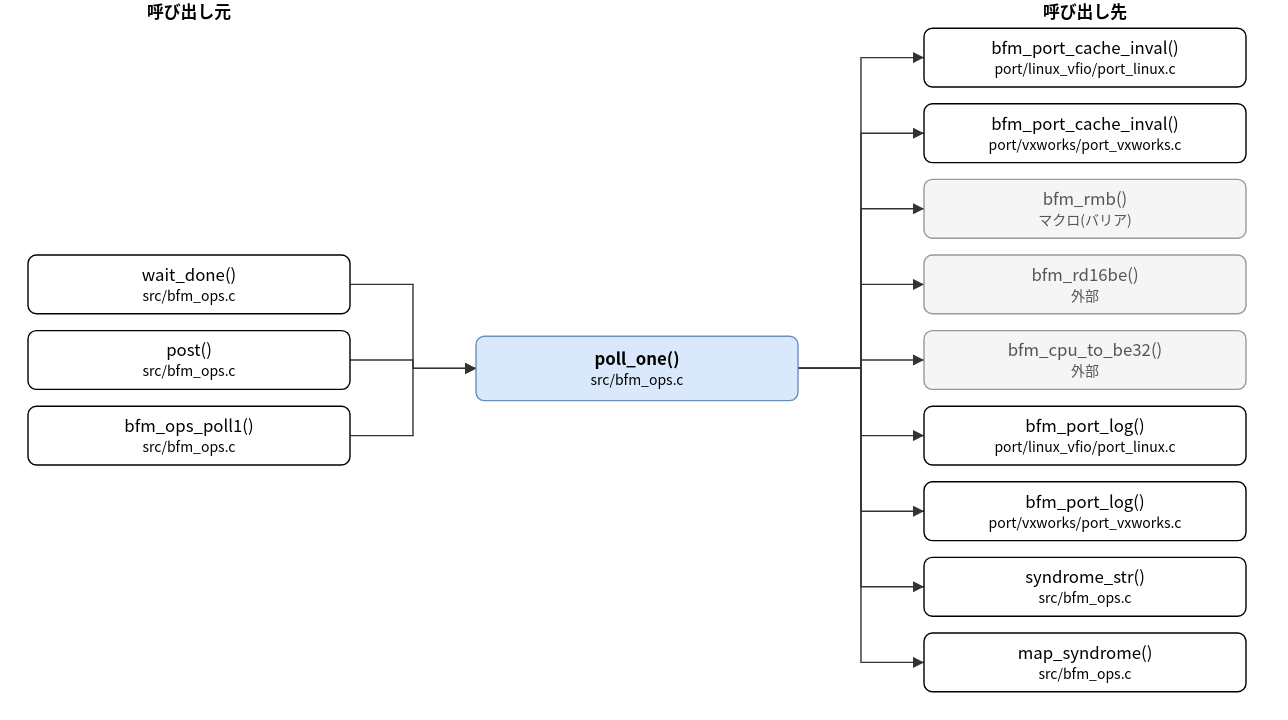
The draw.io diagram doc/spec/images/call_src_bfm_ops__poll_one.drawio.svg in hf355051012-ai/bfmem, before a commit. Source tidied: cells renumbered, new cells last; positions are measured from the earlier drawing's top-left corner, leaving out a move shared by most shapes. Its diagram source:
```xml
<mxGraphModel>
  <root>
    <mxCell id="0" />
    <mxCell id="1" parent="0" />
    <mxCell id="2" value="poll_one()&lt;br&gt;&lt;font style=&quot;font-size:10px&quot;&gt;src/bfm_ops.c&lt;/font&gt;" style="rounded=1;whiteSpace=wrap;html=1;fillColor=#dae8fc;strokeColor=#6c8ebf;fontStyle=1;" parent="1" vertex="1">
      <mxGeometry x="320" y="240" width="230" height="46" as="geometry" />
    </mxCell>
    <mxCell id="3" value="wait_done()&lt;br&gt;&lt;font style=&quot;font-size:10px&quot;&gt;src/bfm_ops.c&lt;/font&gt;" style="rounded=1;whiteSpace=wrap;html=1;" parent="1" vertex="1">
      <mxGeometry y="182" width="230" height="42" as="geometry" />
    </mxCell>
    <mxCell id="4" value="post()&lt;br&gt;&lt;font style=&quot;font-size:10px&quot;&gt;src/bfm_ops.c&lt;/font&gt;" style="rounded=1;whiteSpace=wrap;html=1;" parent="1" vertex="1">
      <mxGeometry y="236" width="230" height="42" as="geometry" />
    </mxCell>
    <mxCell id="5" value="bfm_ops_poll1()&lt;br&gt;&lt;font style=&quot;font-size:10px&quot;&gt;src/bfm_ops.c&lt;/font&gt;" style="rounded=1;whiteSpace=wrap;html=1;" parent="1" vertex="1">
      <mxGeometry y="290" width="230" height="42" as="geometry" />
    </mxCell>
    <mxCell id="6" value="bfm_port_cache_inval()&lt;br&gt;&lt;font style=&quot;font-size:10px&quot;&gt;port/linux_vfio/port_linux.c&lt;/font&gt;" style="rounded=1;whiteSpace=wrap;html=1;" parent="1" vertex="1">
      <mxGeometry x="640" y="20" width="230" height="42" as="geometry" />
    </mxCell>
    <mxCell id="7" value="bfm_port_cache_inval()&lt;br&gt;&lt;font style=&quot;font-size:10px&quot;&gt;port/vxworks/port_vxworks.c&lt;/font&gt;" style="rounded=1;whiteSpace=wrap;html=1;" parent="1" vertex="1">
      <mxGeometry x="640" y="74" width="230" height="42" as="geometry" />
    </mxCell>
    <mxCell id="8" value="bfm_rmb()&lt;br&gt;&lt;font style=&quot;font-size:10px&quot;&gt;マクロ(バリア)&lt;/font&gt;" style="rounded=1;whiteSpace=wrap;html=1;fillColor=#f5f5f5;strokeColor=#999999;fontColor=#555555;" parent="1" vertex="1">
      <mxGeometry x="640" y="128" width="230" height="42" as="geometry" />
    </mxCell>
    <mxCell id="9" value="bfm_rd16be()&lt;br&gt;&lt;font style=&quot;font-size:10px&quot;&gt;外部&lt;/font&gt;" style="rounded=1;whiteSpace=wrap;html=1;fillColor=#f5f5f5;strokeColor=#999999;fontColor=#555555;" parent="1" vertex="1">
      <mxGeometry x="640" y="182" width="230" height="42" as="geometry" />
    </mxCell>
    <mxCell id="10" value="bfm_cpu_to_be32()&lt;br&gt;&lt;font style=&quot;font-size:10px&quot;&gt;外部&lt;/font&gt;" style="rounded=1;whiteSpace=wrap;html=1;fillColor=#f5f5f5;strokeColor=#999999;fontColor=#555555;" parent="1" vertex="1">
      <mxGeometry x="640" y="236" width="230" height="42" as="geometry" />
    </mxCell>
    <mxCell id="11" value="bfm_port_log()&lt;br&gt;&lt;font style=&quot;font-size:10px&quot;&gt;port/linux_vfio/port_linux.c&lt;/font&gt;" style="rounded=1;whiteSpace=wrap;html=1;" parent="1" vertex="1">
      <mxGeometry x="640" y="290" width="230" height="42" as="geometry" />
    </mxCell>
    <mxCell id="12" value="bfm_port_log()&lt;br&gt;&lt;font style=&quot;font-size:10px&quot;&gt;port/vxworks/port_vxworks.c&lt;/font&gt;" style="rounded=1;whiteSpace=wrap;html=1;" parent="1" vertex="1">
      <mxGeometry x="640" y="344" width="230" height="42" as="geometry" />
    </mxCell>
    <mxCell id="13" value="syndrome_str()&lt;br&gt;&lt;font style=&quot;font-size:10px&quot;&gt;src/bfm_ops.c&lt;/font&gt;" style="rounded=1;whiteSpace=wrap;html=1;" parent="1" vertex="1">
      <mxGeometry x="640" y="398" width="230" height="42" as="geometry" />
    </mxCell>
    <mxCell id="14" value="map_syndrome()&lt;br&gt;&lt;font style=&quot;font-size:10px&quot;&gt;src/bfm_ops.c&lt;/font&gt;" style="rounded=1;whiteSpace=wrap;html=1;" parent="1" vertex="1">
      <mxGeometry x="640" y="452" width="230" height="42" as="geometry" />
    </mxCell>
    <mxCell id="15" style="edgeStyle=none;html=1;rounded=0;endArrow=block;endFill=1;exitX=1.0000;exitY=0.5000;exitDx=0;exitDy=0;exitPerimeter=0;entryX=0.0000;entryY=0.5000;entryDx=0;entryDy=0;entryPerimeter=0;" parent="1" edge="1" source="3" target="2">
      <mxGeometry relative="1" as="geometry">
        <Array as="points">
          <mxPoint x="275" y="203" />
          <mxPoint x="275" y="263" />
        </Array>
      </mxGeometry>
    </mxCell>
    <mxCell id="16" style="edgeStyle=none;html=1;rounded=0;endArrow=block;endFill=1;exitX=1.0000;exitY=0.5000;exitDx=0;exitDy=0;exitPerimeter=0;entryX=0.0000;entryY=0.5000;entryDx=0;entryDy=0;entryPerimeter=0;" parent="1" edge="1" source="4" target="2">
      <mxGeometry relative="1" as="geometry">
        <Array as="points">
          <mxPoint x="275" y="257" />
          <mxPoint x="275" y="263" />
        </Array>
      </mxGeometry>
    </mxCell>
    <mxCell id="17" style="edgeStyle=none;html=1;rounded=0;endArrow=block;endFill=1;exitX=1.0000;exitY=0.5000;exitDx=0;exitDy=0;exitPerimeter=0;entryX=0.0000;entryY=0.5000;entryDx=0;entryDy=0;entryPerimeter=0;" parent="1" edge="1" source="5" target="2">
      <mxGeometry relative="1" as="geometry">
        <Array as="points">
          <mxPoint x="275" y="311" />
          <mxPoint x="275" y="263" />
        </Array>
      </mxGeometry>
    </mxCell>
    <mxCell id="18" style="edgeStyle=none;html=1;rounded=0;endArrow=block;endFill=1;exitX=1.0000;exitY=0.5000;exitDx=0;exitDy=0;exitPerimeter=0;entryX=0.0000;entryY=0.5000;entryDx=0;entryDy=0;entryPerimeter=0;" parent="1" edge="1" source="2" target="6">
      <mxGeometry relative="1" as="geometry">
        <Array as="points">
          <mxPoint x="595" y="263" />
          <mxPoint x="595" y="41" />
        </Array>
      </mxGeometry>
    </mxCell>
    <mxCell id="19" style="edgeStyle=none;html=1;rounded=0;endArrow=block;endFill=1;exitX=1.0000;exitY=0.5000;exitDx=0;exitDy=0;exitPerimeter=0;entryX=0.0000;entryY=0.5000;entryDx=0;entryDy=0;entryPerimeter=0;" parent="1" edge="1" source="2" target="7">
      <mxGeometry relative="1" as="geometry">
        <Array as="points">
          <mxPoint x="595" y="263" />
          <mxPoint x="595" y="95" />
        </Array>
      </mxGeometry>
    </mxCell>
    <mxCell id="20" style="edgeStyle=none;html=1;rounded=0;endArrow=block;endFill=1;exitX=1.0000;exitY=0.5000;exitDx=0;exitDy=0;exitPerimeter=0;entryX=0.0000;entryY=0.5000;entryDx=0;entryDy=0;entryPerimeter=0;" parent="1" edge="1" source="2" target="8">
      <mxGeometry relative="1" as="geometry">
        <Array as="points">
          <mxPoint x="595" y="263" />
          <mxPoint x="595" y="149" />
        </Array>
      </mxGeometry>
    </mxCell>
    <mxCell id="21" style="edgeStyle=none;html=1;rounded=0;endArrow=block;endFill=1;exitX=1.0000;exitY=0.5000;exitDx=0;exitDy=0;exitPerimeter=0;entryX=0.0000;entryY=0.5000;entryDx=0;entryDy=0;entryPerimeter=0;" parent="1" edge="1" source="2" target="9">
      <mxGeometry relative="1" as="geometry">
        <Array as="points">
          <mxPoint x="595" y="263" />
          <mxPoint x="595" y="203" />
        </Array>
      </mxGeometry>
    </mxCell>
    <mxCell id="22" style="edgeStyle=none;html=1;rounded=0;endArrow=block;endFill=1;exitX=1.0000;exitY=0.5000;exitDx=0;exitDy=0;exitPerimeter=0;entryX=0.0000;entryY=0.5000;entryDx=0;entryDy=0;entryPerimeter=0;" parent="1" edge="1" source="2" target="10">
      <mxGeometry relative="1" as="geometry">
        <Array as="points">
          <mxPoint x="595" y="263" />
          <mxPoint x="595" y="257" />
        </Array>
      </mxGeometry>
    </mxCell>
    <mxCell id="23" style="edgeStyle=none;html=1;rounded=0;endArrow=block;endFill=1;exitX=1.0000;exitY=0.5000;exitDx=0;exitDy=0;exitPerimeter=0;entryX=0.0000;entryY=0.5000;entryDx=0;entryDy=0;entryPerimeter=0;" parent="1" edge="1" source="2" target="11">
      <mxGeometry relative="1" as="geometry">
        <Array as="points">
          <mxPoint x="595" y="263" />
          <mxPoint x="595" y="311" />
        </Array>
      </mxGeometry>
    </mxCell>
    <mxCell id="24" style="edgeStyle=none;html=1;rounded=0;endArrow=block;endFill=1;exitX=1.0000;exitY=0.5000;exitDx=0;exitDy=0;exitPerimeter=0;entryX=0.0000;entryY=0.5000;entryDx=0;entryDy=0;entryPerimeter=0;" parent="1" edge="1" source="2" target="12">
      <mxGeometry relative="1" as="geometry">
        <Array as="points">
          <mxPoint x="595" y="263" />
          <mxPoint x="595" y="365" />
        </Array>
      </mxGeometry>
    </mxCell>
    <mxCell id="25" style="edgeStyle=none;html=1;rounded=0;endArrow=block;endFill=1;exitX=1.0000;exitY=0.5000;exitDx=0;exitDy=0;exitPerimeter=0;entryX=0.0000;entryY=0.5000;entryDx=0;entryDy=0;entryPerimeter=0;" parent="1" edge="1" source="2" target="13">
      <mxGeometry relative="1" as="geometry">
        <Array as="points">
          <mxPoint x="595" y="263" />
          <mxPoint x="595" y="419" />
        </Array>
      </mxGeometry>
    </mxCell>
    <mxCell id="26" style="edgeStyle=none;html=1;rounded=0;endArrow=block;endFill=1;exitX=1.0000;exitY=0.5000;exitDx=0;exitDy=0;exitPerimeter=0;entryX=0.0000;entryY=0.5000;entryDx=0;entryDy=0;entryPerimeter=0;" parent="1" edge="1" source="2" target="14">
      <mxGeometry relative="1" as="geometry">
        <Array as="points">
          <mxPoint x="595" y="263" />
          <mxPoint x="595" y="473" />
        </Array>
      </mxGeometry>
    </mxCell>
    <mxCell id="27" value="呼び出し元" style="text;html=1;align=center;fontStyle=1;" parent="1" vertex="1">
      <mxGeometry x="35" width="160" height="18" as="geometry" />
    </mxCell>
    <mxCell id="28" value="呼び出し先" style="text;html=1;align=center;fontStyle=1;" parent="1" vertex="1">
      <mxGeometry x="675" width="160" height="18" as="geometry" />
    </mxCell>
  </root>
</mxGraphModel>
```
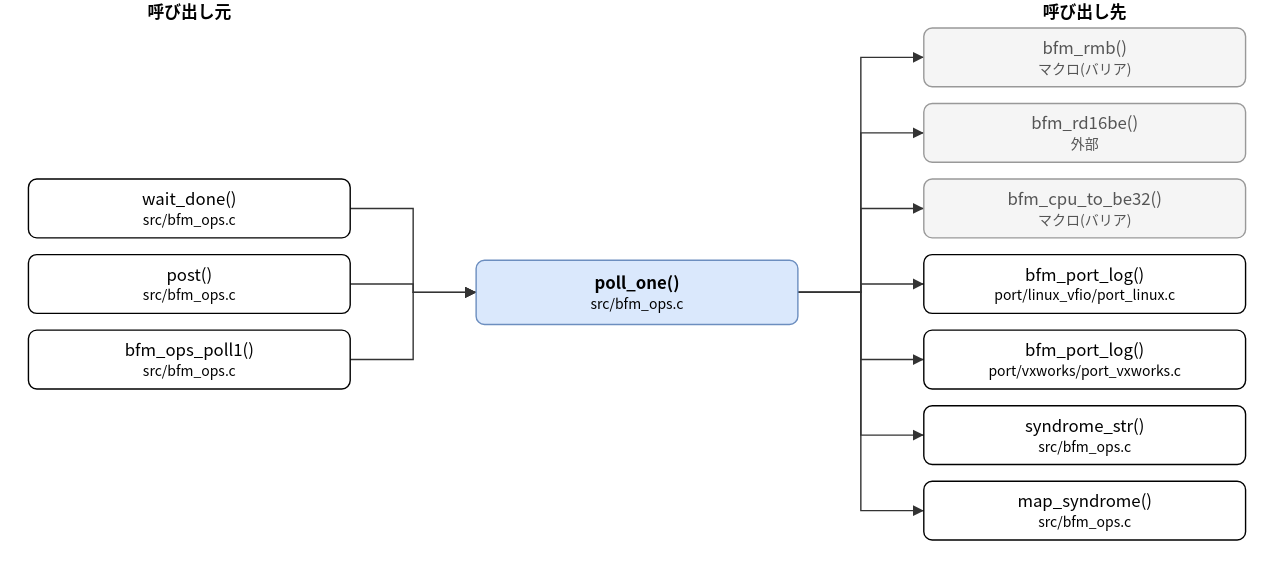
After the change.

Diff of the diagram source:
```diff
@@ -3,72 +3,66 @@
     <mxCell id="0" />
     <mxCell id="1" parent="0" />
     <mxCell id="2" value="poll_one()&lt;br&gt;&lt;font style=&quot;font-size:10px&quot;&gt;src/bfm_ops.c&lt;/font&gt;" style="rounded=1;whiteSpace=wrap;html=1;fillColor=#dae8fc;strokeColor=#6c8ebf;fontStyle=1;" parent="1" vertex="1">
-      <mxGeometry x="320" y="240" width="230" height="46" as="geometry" />
+      <mxGeometry x="320" y="186" width="230" height="46" as="geometry" />
     </mxCell>
     <mxCell id="3" value="wait_done()&lt;br&gt;&lt;font style=&quot;font-size:10px&quot;&gt;src/bfm_ops.c&lt;/font&gt;" style="rounded=1;whiteSpace=wrap;html=1;" parent="1" vertex="1">
-      <mxGeometry y="182" width="230" height="42" as="geometry" />
+      <mxGeometry y="128" width="230" height="42" as="geometry" />
     </mxCell>
     <mxCell id="4" value="post()&lt;br&gt;&lt;font style=&quot;font-size:10px&quot;&gt;src/bfm_ops.c&lt;/font&gt;" style="rounded=1;whiteSpace=wrap;html=1;" parent="1" vertex="1">
-      <mxGeometry y="236" width="230" height="42" as="geometry" />
+      <mxGeometry y="182" width="230" height="42" as="geometry" />
     </mxCell>
     <mxCell id="5" value="bfm_ops_poll1()&lt;br&gt;&lt;font style=&quot;font-size:10px&quot;&gt;src/bfm_ops.c&lt;/font&gt;" style="rounded=1;whiteSpace=wrap;html=1;" parent="1" vertex="1">
-      <mxGeometry y="290" width="230" height="42" as="geometry" />
+      <mxGeometry y="236" width="230" height="42" as="geometry" />
     </mxCell>
-    <mxCell id="6" value="bfm_port_cache_inval()&lt;br&gt;&lt;font style=&quot;font-size:10px&quot;&gt;port/linux_vfio/port_linux.c&lt;/font&gt;" style="rounded=1;whiteSpace=wrap;html=1;" parent="1" vertex="1">
+    <mxCell id="6" value="bfm_rmb()&lt;br&gt;&lt;font style=&quot;font-size:10px&quot;&gt;マクロ(バリア)&lt;/font&gt;" style="rounded=1;whiteSpace=wrap;html=1;fillColor=#f5f5f5;strokeColor=#999999;fontColor=#555555;" parent="1" vertex="1">
       <mxGeometry x="640" y="20" width="230" height="42" as="geometry" />
     </mxCell>
-    <mxCell id="7" value="bfm_port_cache_inval()&lt;br&gt;&lt;font style=&quot;font-size:10px&quot;&gt;port/vxworks/port_vxworks.c&lt;/font&gt;" style="rounded=1;whiteSpace=wrap;html=1;" parent="1" vertex="1">
+    <mxCell id="7" value="bfm_rd16be()&lt;br&gt;&lt;font style=&quot;font-size:10px&quot;&gt;外部&lt;/font&gt;" style="rounded=1;whiteSpace=wrap;html=1;fillColor=#f5f5f5;strokeColor=#999999;fontColor=#555555;" parent="1" vertex="1">
       <mxGeometry x="640" y="74" width="230" height="42" as="geometry" />
     </mxCell>
-    <mxCell id="8" value="bfm_rmb()&lt;br&gt;&lt;font style=&quot;font-size:10px&quot;&gt;マクロ(バリア)&lt;/font&gt;" style="rounded=1;whiteSpace=wrap;html=1;fillColor=#f5f5f5;strokeColor=#999999;fontColor=#555555;" parent="1" vertex="1">
+    <mxCell id="8" value="bfm_cpu_to_be32()&lt;br&gt;&lt;font style=&quot;font-size:10px&quot;&gt;マクロ(バリア)&lt;/font&gt;" style="rounded=1;whiteSpace=wrap;html=1;fillColor=#f5f5f5;strokeColor=#999999;fontColor=#555555;" parent="1" vertex="1">
       <mxGeometry x="640" y="128" width="230" height="42" as="geometry" />
     </mxCell>
-    <mxCell id="9" value="bfm_rd16be()&lt;br&gt;&lt;font style=&quot;font-size:10px&quot;&gt;外部&lt;/font&gt;" style="rounded=1;whiteSpace=wrap;html=1;fillColor=#f5f5f5;strokeColor=#999999;fontColor=#555555;" parent="1" vertex="1">
+    <mxCell id="9" value="bfm_port_log()&lt;br&gt;&lt;font style=&quot;font-size:10px&quot;&gt;port/linux_vfio/port_linux.c&lt;/font&gt;" style="rounded=1;whiteSpace=wrap;html=1;" parent="1" vertex="1">
       <mxGeometry x="640" y="182" width="230" height="42" as="geometry" />
     </mxCell>
-    <mxCell id="10" value="bfm_cpu_to_be32()&lt;br&gt;&lt;font style=&quot;font-size:10px&quot;&gt;外部&lt;/font&gt;" style="rounded=1;whiteSpace=wrap;html=1;fillColor=#f5f5f5;strokeColor=#999999;fontColor=#555555;" parent="1" vertex="1">
+    <mxCell id="10" value="bfm_port_log()&lt;br&gt;&lt;font style=&quot;font-size:10px&quot;&gt;port/vxworks/port_vxworks.c&lt;/font&gt;" style="rounded=1;whiteSpace=wrap;html=1;" parent="1" vertex="1">
       <mxGeometry x="640" y="236" width="230" height="42" as="geometry" />
     </mxCell>
-    <mxCell id="11" value="bfm_port_log()&lt;br&gt;&lt;font style=&quot;font-size:10px&quot;&gt;port/linux_vfio/port_linux.c&lt;/font&gt;" style="rounded=1;whiteSpace=wrap;html=1;" parent="1" vertex="1">
+    <mxCell id="11" value="syndrome_str()&lt;br&gt;&lt;font style=&quot;font-size:10px&quot;&gt;src/bfm_ops.c&lt;/font&gt;" style="rounded=1;whiteSpace=wrap;html=1;" parent="1" vertex="1">
       <mxGeometry x="640" y="290" width="230" height="42" as="geometry" />
     </mxCell>
-    <mxCell id="12" value="bfm_port_log()&lt;br&gt;&lt;font style=&quot;font-size:10px&quot;&gt;port/vxworks/port_vxworks.c&lt;/font&gt;" style="rounded=1;whiteSpace=wrap;html=1;" parent="1" vertex="1">
+    <mxCell id="12" value="map_syndrome()&lt;br&gt;&lt;font style=&quot;font-size:10px&quot;&gt;src/bfm_ops.c&lt;/font&gt;" style="rounded=1;whiteSpace=wrap;html=1;" parent="1" vertex="1">
       <mxGeometry x="640" y="344" width="230" height="42" as="geometry" />
     </mxCell>
-    <mxCell id="13" value="syndrome_str()&lt;br&gt;&lt;font style=&quot;font-size:10px&quot;&gt;src/bfm_ops.c&lt;/font&gt;" style="rounded=1;whiteSpace=wrap;html=1;" parent="1" vertex="1">
-      <mxGeometry x="640" y="398" width="230" height="42" as="geometry" />
-    </mxCell>
-    <mxCell id="14" value="map_syndrome()&lt;br&gt;&lt;font style=&quot;font-size:10px&quot;&gt;src/bfm_ops.c&lt;/font&gt;" style="rounded=1;whiteSpace=wrap;html=1;" parent="1" vertex="1">
-      <mxGeometry x="640" y="452" width="230" height="42" as="geometry" />
-    </mxCell>
     <mxCell id="15" style="edgeStyle=none;html=1;rounded=0;endArrow=block;endFill=1;exitX=1.0000;exitY=0.5000;exitDx=0;exitDy=0;exitPerimeter=0;entryX=0.0000;entryY=0.5000;entryDx=0;entryDy=0;entryPerimeter=0;" parent="1" edge="1" source="3" target="2">
       <mxGeometry relative="1" as="geometry">
         <Array as="points">
-          <mxPoint x="275" y="203" />
-          <mxPoint x="275" y="263" />
+          <mxPoint x="275" y="149" />
+          <mxPoint x="275" y="209" />
         </Array>
       </mxGeometry>
     </mxCell>
     <mxCell id="16" style="edgeStyle=none;html=1;rounded=0;endArrow=block;endFill=1;exitX=1.0000;exitY=0.5000;exitDx=0;exitDy=0;exitPerimeter=0;entryX=0.0000;entryY=0.5000;entryDx=0;entryDy=0;entryPerimeter=0;" parent="1" edge="1" source="4" target="2">
       <mxGeometry relative="1" as="geometry">
         <Array as="points">
-          <mxPoint x="275" y="257" />
-          <mxPoint x="275" y="263" />
+          <mxPoint x="275" y="203" />
+          <mxPoint x="275" y="209" />
         </Array>
       </mxGeometry>
     </mxCell>
     <mxCell id="17" style="edgeStyle=none;html=1;rounded=0;endArrow=block;endFill=1;exitX=1.0000;exitY=0.5000;exitDx=0;exitDy=0;exitPerimeter=0;entryX=0.0000;entryY=0.5000;entryDx=0;entryDy=0;entryPerimeter=0;" parent="1" edge="1" source="5" target="2">
       <mxGeometry relative="1" as="geometry">
         <Array as="points">
-          <mxPoint x="275" y="311" />
-          <mxPoint x="275" y="263" />
+          <mxPoint x="275" y="257" />
+          <mxPoint x="275" y="209" />
         </Array>
       </mxGeometry>
     </mxCell>
     <mxCell id="18" style="edgeStyle=none;html=1;rounded=0;endArrow=block;endFill=1;exitX=1.0000;exitY=0.5000;exitDx=0;exitDy=0;exitPerimeter=0;entryX=0.0000;entryY=0.5000;entryDx=0;entryDy=0;entryPerimeter=0;" parent="1" edge="1" source="2" target="6">
       <mxGeometry relative="1" as="geometry">
         <Array as="points">
-          <mxPoint x="595" y="263" />
+          <mxPoint x="595" y="209" />
           <mxPoint x="595" y="41" />
         </Array>
       </mxGeometry>
@@ -76,7 +70,7 @@
     <mxCell id="19" style="edgeStyle=none;html=1;rounded=0;endArrow=block;endFill=1;exitX=1.0000;exitY=0.5000;exitDx=0;exitDy=0;exitPerimeter=0;entryX=0.0000;entryY=0.5000;entryDx=0;entryDy=0;entryPerimeter=0;" parent="1" edge="1" source="2" target="7">
       <mxGeometry relative="1" as="geometry">
         <Array as="points">
-          <mxPoint x="595" y="263" />
+          <mxPoint x="595" y="209" />
           <mxPoint x="595" y="95" />
         </Array>
       </mxGeometry>
@@ -84,7 +78,7 @@
     <mxCell id="20" style="edgeStyle=none;html=1;rounded=0;endArrow=block;endFill=1;exitX=1.0000;exitY=0.5000;exitDx=0;exitDy=0;exitPerimeter=0;entryX=0.0000;entryY=0.5000;entryDx=0;entryDy=0;entryPerimeter=0;" parent="1" edge="1" source="2" target="8">
       <mxGeometry relative="1" as="geometry">
         <Array as="points">
-          <mxPoint x="595" y="263" />
+          <mxPoint x="595" y="209" />
           <mxPoint x="595" y="149" />
         </Array>
       </mxGeometry>
@@ -92,7 +86,7 @@
     <mxCell id="21" style="edgeStyle=none;html=1;rounded=0;endArrow=block;endFill=1;exitX=1.0000;exitY=0.5000;exitDx=0;exitDy=0;exitPerimeter=0;entryX=0.0000;entryY=0.5000;entryDx=0;entryDy=0;entryPerimeter=0;" parent="1" edge="1" source="2" target="9">
       <mxGeometry relative="1" as="geometry">
         <Array as="points">
-          <mxPoint x="595" y="263" />
+          <mxPoint x="595" y="209" />
           <mxPoint x="595" y="203" />
         </Array>
       </mxGeometry>
@@ -100,7 +94,7 @@
     <mxCell id="22" style="edgeStyle=none;html=1;rounded=0;endArrow=block;endFill=1;exitX=1.0000;exitY=0.5000;exitDx=0;exitDy=0;exitPerimeter=0;entryX=0.0000;entryY=0.5000;entryDx=0;entryDy=0;entryPerimeter=0;" parent="1" edge="1" source="2" target="10">
       <mxGeometry relative="1" as="geometry">
         <Array as="points">
-          <mxPoint x="595" y="263" />
+          <mxPoint x="595" y="209" />
           <mxPoint x="595" y="257" />
         </Array>
       </mxGeometry>
@@ -108,7 +102,7 @@
     <mxCell id="23" style="edgeStyle=none;html=1;rounded=0;endArrow=block;endFill=1;exitX=1.0000;exitY=0.5000;exitDx=0;exitDy=0;exitPerimeter=0;entryX=0.0000;entryY=0.5000;entryDx=0;entryDy=0;entryPerimeter=0;" parent="1" edge="1" source="2" target="11">
       <mxGeometry relative="1" as="geometry">
         <Array as="points">
-          <mxPoint x="595" y="263" />
+          <mxPoint x="595" y="209" />
           <mxPoint x="595" y="311" />
         </Array>
       </mxGeometry>
@@ -116,27 +110,11 @@
     <mxCell id="24" style="edgeStyle=none;html=1;rounded=0;endArrow=block;endFill=1;exitX=1.0000;exitY=0.5000;exitDx=0;exitDy=0;exitPerimeter=0;entryX=0.0000;entryY=0.5000;entryDx=0;entryDy=0;entryPerimeter=0;" parent="1" edge="1" source="2" target="12">
       <mxGeometry relative="1" as="geometry">
         <Array as="points">
-          <mxPoint x="595" y="263" />
+          <mxPoint x="595" y="209" />
           <mxPoint x="595" y="365" />
         </Array>
       </mxGeometry>
     </mxCell>
-    <mxCell id="25" style="edgeStyle=none;html=1;rounded=0;endArrow=block;endFill=1;exitX=1.0000;exitY=0.5000;exitDx=0;exitDy=0;exitPerimeter=0;entryX=0.0000;entryY=0.5000;entryDx=0;entryDy=0;entryPerimeter=0;" parent="1" edge="1" source="2" target="13">
-      <mxGeometry relative="1" as="geometry">
-        <Array as="points">
-          <mxPoint x="595" y="263" />
-          <mxPoint x="595" y="419" />
-        </Array>
-      </mxGeometry>
-    </mxCell>
-    <mxCell id="26" style="edgeStyle=none;html=1;rounded=0;endArrow=block;endFill=1;exitX=1.0000;exitY=0.5000;exitDx=0;exitDy=0;exitPerimeter=0;entryX=0.0000;entryY=0.5000;entryDx=0;entryDy=0;entryPerimeter=0;" parent="1" edge="1" source="2" target="14">
-      <mxGeometry relative="1" as="geometry">
-        <Array as="points">
-          <mxPoint x="595" y="263" />
-          <mxPoint x="595" y="473" />
-        </Array>
-      </mxGeometry>
-    </mxCell>
     <mxCell id="27" value="呼び出し元" style="text;html=1;align=center;fontStyle=1;" parent="1" vertex="1">
       <mxGeometry x="35" width="160" height="18" as="geometry" />
     </mxCell>
```
